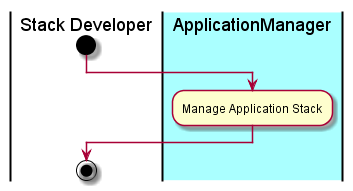
This is design/UseCases/ManageServiceTemplate/Activities.png from CAADE/C3, a PlantUML export, as it was before one commit. Its diagram source:
```plantuml
@startuml
|Stack Developer|
start
|#aaffff|ApplicationManager|
:Manage Application Stack;
|Stack Developer|
stop
@enduml
```
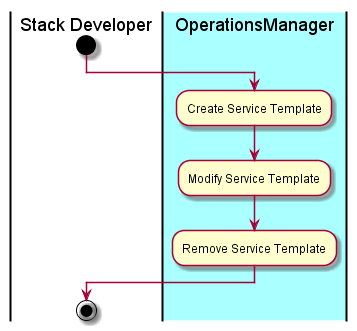
After the change.

Change to the diagram source:
```diff
@@ -1,8 +1,10 @@
 @startuml
 |Stack Developer|
 start
-|#aaffff|ApplicationManager|
-:Manage Application Stack;
+|#aaffff|OperationsManager|
+:Create Service Template;
+:Modify Service Template;
+:Remove Service Template;
 |Stack Developer|
 stop
 @enduml
```
